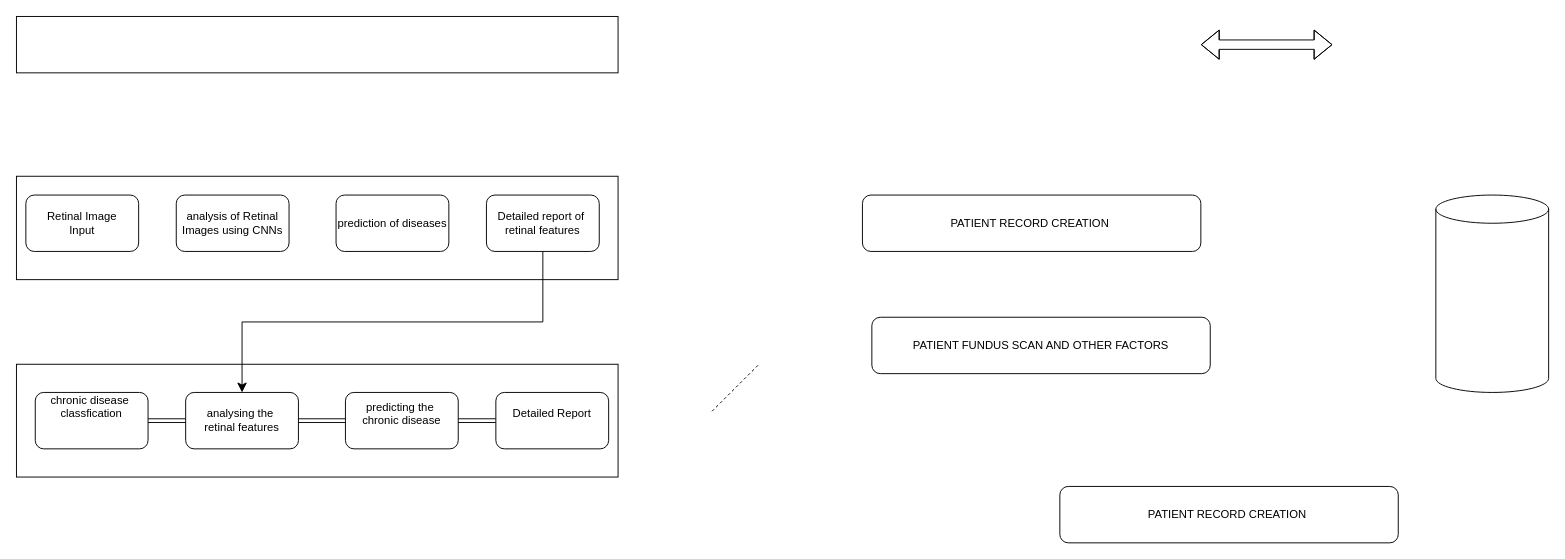
Above: Untitled Diam.drawio in ankitmandal24/mini_prroject (draw.io), before the change. Source tidied: cells renumbered, new cells numbered last; positions are measured from the earlier drawing's top-left corner, leaving out a move shared by most shapes. Both pictures are drawn from the tidied source at 94%, with x=0, y=0 at pixel (16, 16).
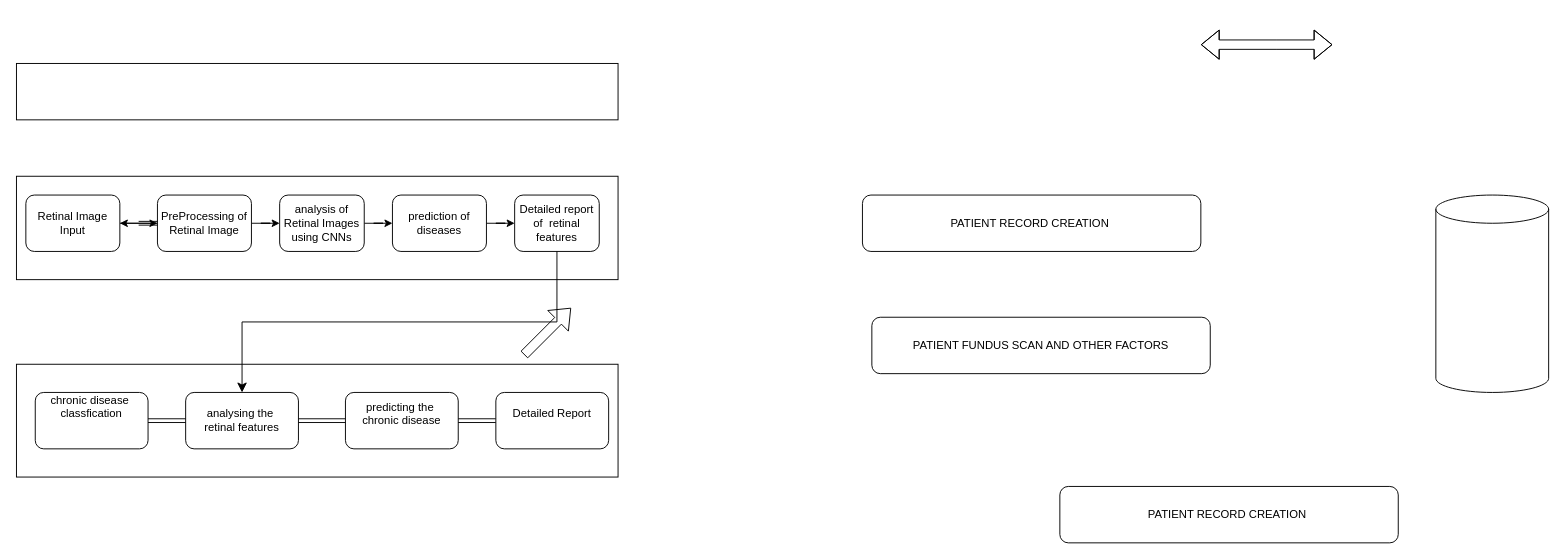
Above is the later version.

Unchanged cells that the change refers to:
```xml
<mxCell id="3" style="rounded=0;whiteSpace=wrap;html=1;" parent="1" vertex="1">
  <mxGeometry y="170" width="640" height="110" as="geometry" />
</mxCell>
```

What changed in the source:
```diff
@@
     <mxCell id="2" style="rounded=0;whiteSpace=wrap;html=1;" parent="1" vertex="1">
-      <mxGeometry width="640" height="60" as="geometry" />
+      <mxGeometry y="50" width="640" height="60" as="geometry" />
     </mxCell>
@@
-    <mxCell id="15" style="endArrow=none;dashed=1;html=1;rounded=0;" parent="1" edge="1">
-      <mxGeometry relative="1" as="geometry">
-        <mxPoint x="740" y="420" as="sourcePoint" />
-        <mxPoint x="790" y="370" as="targetPoint" />
-      </mxGeometry>
-    </mxCell>
@@
     <mxCell id="17" value="Detailed report of&amp;nbsp; retinal features" style="rounded=1;whiteSpace=wrap;html=1;" parent="1" vertex="1">
-      <mxGeometry x="500" y="190" width="120" height="60" as="geometry" />
+      <mxGeometry x="530" y="190" width="90" height="60" as="geometry" />
     </mxCell>
+    <mxCell id="23" style="edgeStyle=orthogonalEdgeStyle;rounded=0;jettySize=auto;html=1;" parent="1" edge="1" source="19" target="29">
+      <mxGeometry relative="1" as="geometry" />
+    </mxCell>
@@
     <mxCell id="19" value="&lt;div&gt;&lt;br&gt;&lt;/div&gt;&lt;div&gt;&lt;br&gt;&lt;/div&gt;Retinal Image&lt;div&gt;Input&lt;br&gt;&lt;div&gt;&lt;br&gt;&lt;/div&gt;&lt;div&gt;&lt;br&gt;&lt;/div&gt;&lt;/div&gt;" style="rounded=1;whiteSpace=wrap;html=1;" parent="1" vertex="1">
-      <mxGeometry x="10" y="190" width="120" height="60" as="geometry" />
+      <mxGeometry x="10" y="190" width="100" height="60" as="geometry" />
     </mxCell>
+    <mxCell id="24" style="edgeStyle=orthogonalEdgeStyle;rounded=0;jettySize=auto;html=1;" parent="1" edge="1" source="20" target="21">
+      <mxGeometry relative="1" as="geometry" />
+    </mxCell>
     <mxCell id="20" value="analysis of Retinal Images using CNNs" style="rounded=1;whiteSpace=wrap;html=1;" parent="1" vertex="1">
-      <mxGeometry x="170" y="190" width="120" height="60" as="geometry" />
+      <mxGeometry x="280" y="190" width="90" height="60" as="geometry" />
     </mxCell>
+    <mxCell id="25" style="edgeStyle=orthogonalEdgeStyle;rounded=0;jettySize=auto;html=1;" parent="1" edge="1" source="21" target="17">
+      <mxGeometry relative="1" as="geometry" />
+    </mxCell>
     <mxCell id="21" value="prediction of diseases" style="rounded=1;whiteSpace=wrap;html=1;" parent="1" vertex="1">
-      <mxGeometry x="340" y="190" width="120" height="60" as="geometry" />
+      <mxGeometry x="400" y="190" width="100" height="60" as="geometry" />
     </mxCell>
@@
+    <mxCell id="26" style="edgeStyle=orthogonalEdgeStyle;rounded=0;jettySize=auto;html=1;" parent="1" edge="1" source="29" target="20">
+      <mxGeometry relative="1" as="geometry" />
+    </mxCell>
+    <mxCell id="27" style="shape=link;html=1;rounded=0;" parent="1" edge="1">
+      <mxGeometry relative="1" as="geometry">
+        <mxPoint x="130" y="220" as="sourcePoint" />
+        <mxPoint x="170" y="220" as="targetPoint" />
+      </mxGeometry>
+    </mxCell>
+    <mxCell id="28" style="edgeStyle=orthogonalEdgeStyle;rounded=0;jettySize=auto;html=1;" parent="1" edge="1" source="29" target="19">
+      <mxGeometry relative="1" as="geometry" />
+    </mxCell>
+    <mxCell id="29" value="PreProcessing of Retinal Image" style="rounded=1;whiteSpace=wrap;html=1;" parent="1" vertex="1">
+      <mxGeometry x="150" y="190" width="100" height="60" as="geometry" />
+    </mxCell>
+    <mxCell id="30" style="shape=flexArrow;endArrow=classic;html=1;rounded=0;" parent="1" edge="1">
+      <mxGeometry relative="1" as="geometry">
+        <mxPoint x="540" y="360" as="sourcePoint" />
+        <mxPoint x="590" y="310" as="targetPoint" />
+      </mxGeometry>
+    </mxCell>
+    <mxCell id="31" style="edgeStyle=orthogonalEdgeStyle;rounded=0;orthogonalLoop=1;jettySize=auto;html=1;exitX=0.5;exitY=1;exitDx=0;exitDy=0;" parent="1" edge="1" source="3" target="3">
+      <mxGeometry relative="1" as="geometry" />
+    </mxCell>
```
